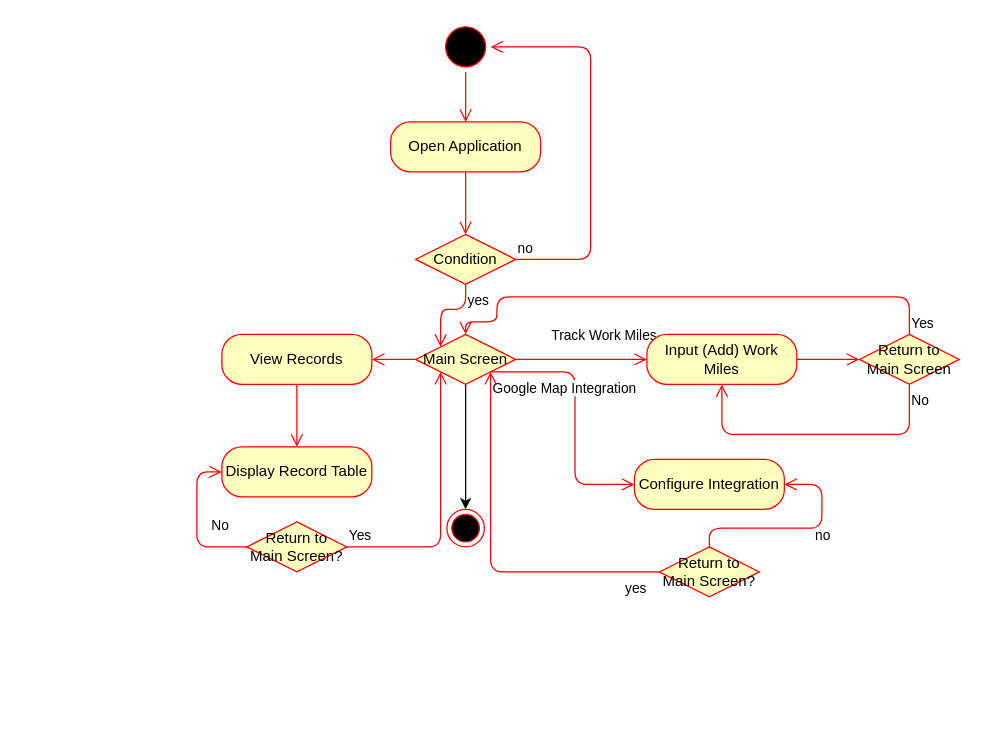
Earlier version of the draw.io diagram diagrams/UML Activity Diagram.drawio (patriciaong977/AutoOdo). Source tidied: cells renumbered, new cells numbered last; positions are measured from the earlier drawing's top-left corner, leaving out a move shared by most shapes. Both pictures are drawn from the tidied source at 125%, with x=0, y=0 at pixel (196, 21).
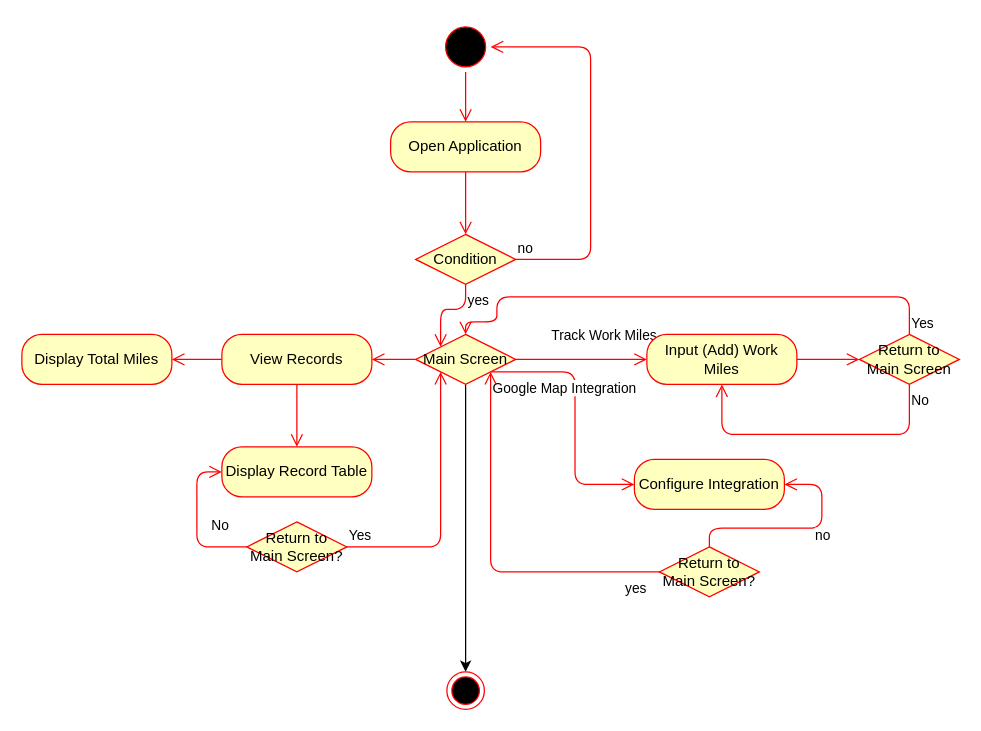
Above is the later version.

The change refers to these unchanged cells:
```xml
<mxCell id="18" value="View Records" style="rounded=1;whiteSpace=wrap;html=1;arcSize=40;fontColor=#000000;fillColor=#ffffc0;strokeColor=#ff0000;" parent="1" vertex="1">
  <mxGeometry x="20" y="250" width="120" height="40" as="geometry" />
</mxCell>
```

What changed in the source:
```diff
@@
     <mxCell id="21" style="ellipse;html=1;shape=endState;fillColor=#000000;strokeColor=#ff0000;" parent="1" vertex="1">
-      <mxGeometry x="200" y="390" width="30" height="30" as="geometry" />
+      <mxGeometry x="200" y="520" width="30" height="30" as="geometry" />
     </mxCell>
@@
+    <mxCell id="30" style="edgeStyle=orthogonalEdgeStyle;html=1;verticalAlign=bottom;endArrow=open;endSize=8;strokeColor=#ff0000;exitX=0;exitY=0.5;exitDx=0;exitDy=0;" parent="1" edge="1" source="18">
+      <mxGeometry relative="1" as="geometry">
+        <mxPoint x="-20" y="270" as="targetPoint" />
+      </mxGeometry>
+    </mxCell>
+    <mxCell id="31" value="Display Total Miles" style="rounded=1;whiteSpace=wrap;html=1;arcSize=40;fontColor=#000000;fillColor=#ffffc0;strokeColor=#ff0000;" parent="1" vertex="1">
+      <mxGeometry x="-140" y="250" width="120" height="40" as="geometry" />
+    </mxCell>
```
